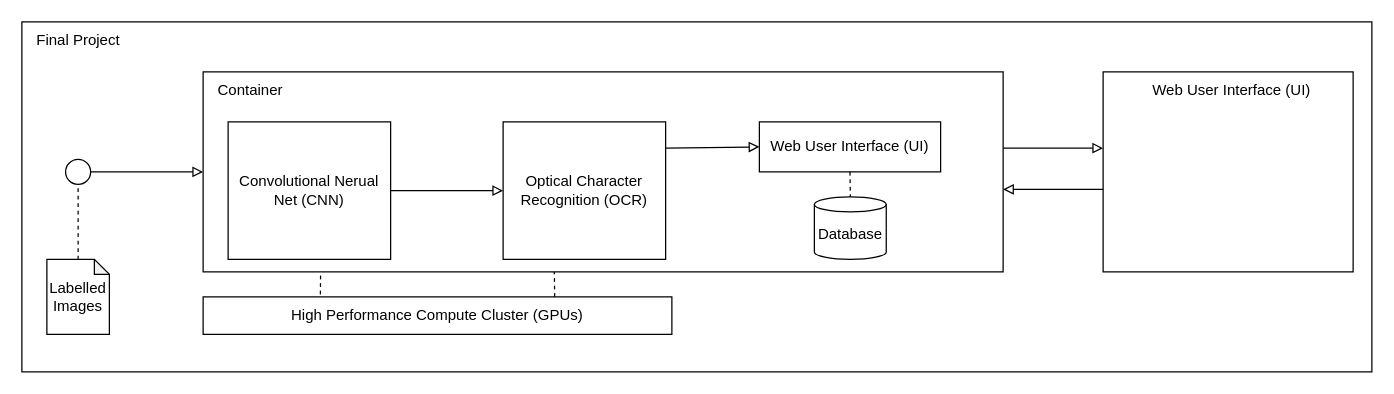
joehiggi/siads-699 keeps this draw.io diagram as page "Logical" (2 of 2) of docs/other/architecture_0.drawio. Above is the earlier version. Source tidied: cells renumbered, new cells numbered last; positions are measured from the earlier drawing's top-left corner, leaving out a move shared by most shapes. Both pictures are drawn from the tidied source at 125%, with x=0, y=0 at pixel (21, 21).
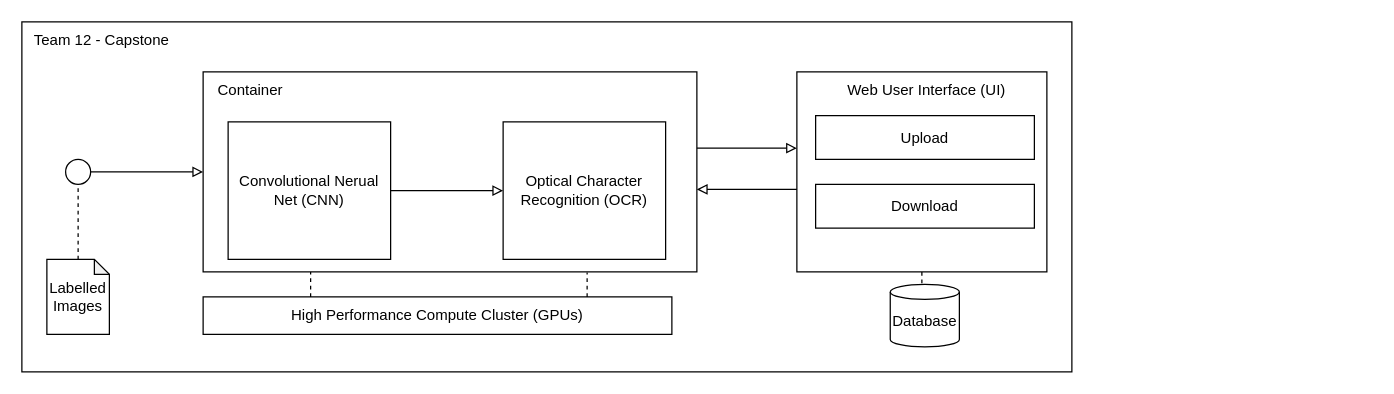
After the change.

Unchanged cells that the change refers to:
```xml
<mxCell id="20" value="&lt;span style=&quot;color: rgb(0, 0, 0);&quot;&gt;High Performance Compute Cluster (GPUs)&lt;/span&gt;" style="rounded=0;whiteSpace=wrap;html=1;" parent="1" vertex="1">
  <mxGeometry x="145" y="220" width="375" height="30" as="geometry" />
</mxCell>
```

Diff of the diagram source:
```diff
@@
     <mxCell id="2" style="group;" parent="1" vertex="1">
-      <mxGeometry width="1080" height="280" as="geometry" />
+      <mxGeometry width="840" height="280" as="geometry" />
     </mxCell>
     <mxCell id="3" style="rounded=0;whiteSpace=wrap;html=1;" parent="2" vertex="1">
-      <mxGeometry width="1080" height="280" as="geometry" />
+      <mxGeometry width="840" height="280" as="geometry" />
     </mxCell>
-    <mxCell id="4" value="Final Project" style="text;html=1;align=left;verticalAlign=middle;whiteSpace=wrap;rounded=0;" parent="2" vertex="1">
-      <mxGeometry x="10" width="230" height="30" as="geometry" />
+    <mxCell id="4" value="Team 12 - Capstone" style="text;html=1;align=left;verticalAlign=middle;whiteSpace=wrap;rounded=0;" parent="2" vertex="1">
+      <mxGeometry x="7.8" width="178.9" height="30" as="geometry" />
     </mxCell>
+    <mxCell id="14" value="Database" style="shape=cylinder3;whiteSpace=wrap;html=1;boundedLbl=1;backgroundOutline=1;size=6;" parent="2" vertex="1">
+      <mxGeometry x="694.7" y="210" width="55.3" height="50" as="geometry" />
+    </mxCell>
@@
     <mxCell id="9" style="rounded=0;whiteSpace=wrap;html=1;" parent="1" vertex="1">
-      <mxGeometry x="145" y="40" width="640" height="160" as="geometry" />
+      <mxGeometry x="145" y="40" width="395" height="160" as="geometry" />
     </mxCell>
@@
-    <mxCell id="13" value="Web User Interface (UI)" style="rounded=0;whiteSpace=wrap;html=1;" parent="1" vertex="1">
-      <mxGeometry x="590" y="80" width="145" height="40" as="geometry" />
-    </mxCell>
-    <mxCell id="14" value="Database" style="shape=cylinder3;whiteSpace=wrap;html=1;boundedLbl=1;backgroundOutline=1;size=6;" parent="1" vertex="1">
-      <mxGeometry x="634" y="140" width="57.5" height="50" as="geometry" />
-    </mxCell>
     <mxCell id="15" style="rounded=0;whiteSpace=wrap;html=1;" parent="1" vertex="1">
-      <mxGeometry x="865" y="40" width="200" height="160" as="geometry" />
+      <mxGeometry x="620" y="40" width="200" height="160" as="geometry" />
     </mxCell>
     <mxCell id="16" style="edgeStyle=none;html=1;endArrow=block;endFill=0;" parent="1" edge="1">
       <mxGeometry relative="1" as="geometry">
-        <mxPoint x="785" y="101" as="sourcePoint" />
-        <mxPoint x="865" y="101" as="targetPoint" />
+        <mxPoint x="540" y="101" as="sourcePoint" />
+        <mxPoint x="620" y="101" as="targetPoint" />
       </mxGeometry>
     </mxCell>
     <mxCell id="17" style="edgeStyle=none;html=1;endArrow=none;endFill=0;exitX=1;exitY=0.75;exitDx=0;exitDy=0;entryX=0;entryY=0.75;entryDx=0;entryDy=0;startArrow=block;startFill=0;" parent="1" edge="1">
       <mxGeometry relative="1" as="geometry">
-        <mxPoint x="785" y="134" as="sourcePoint" />
-        <mxPoint x="865" y="134" as="targetPoint" />
+        <mxPoint x="540" y="134" as="sourcePoint" />
+        <mxPoint x="620" y="134" as="targetPoint" />
       </mxGeometry>
     </mxCell>
-    <mxCell id="18" style="endArrow=none;dashed=1;html=1;entryX=0.5;entryY=0;entryDx=0;entryDy=0;entryPerimeter=0;exitX=0.5;exitY=1;exitDx=0;exitDy=0;" parent="1" edge="1" source="13" target="14">
-      <mxGeometry relative="1" as="geometry" />
-    </mxCell>
     <mxCell id="19" value="Web User Interface (UI)" style="text;html=1;align=center;verticalAlign=middle;whiteSpace=wrap;rounded=0;" parent="1" vertex="1">
-      <mxGeometry x="873" y="40" width="190" height="30" as="geometry" />
+      <mxGeometry x="629" y="40" width="190" height="30" as="geometry" />
     </mxCell>
@@
-    <mxCell id="21" style="endArrow=none;dashed=1;html=1;exitX=0.75;exitY=0;exitDx=0;exitDy=0;entryX=0.439;entryY=1;entryDx=0;entryDy=0;entryPerimeter=0;" parent="1" edge="1" source="20" target="9">
-      <mxGeometry relative="1" as="geometry" />
+    <mxCell id="21" style="endArrow=none;dashed=1;html=1;exitX=0.75;exitY=0;exitDx=0;exitDy=0;entryX=0.712;entryY=1.003;entryDx=0;entryDy=0;entryPerimeter=0;" parent="1" edge="1">
+      <mxGeometry relative="1" as="geometry">
+        <mxPoint x="452.2" y="220" as="sourcePoint" />
+        <mxPoint x="452.2" y="200.5" as="targetPoint" />
+      </mxGeometry>
     </mxCell>
-    <mxCell id="22" style="endArrow=none;dashed=1;html=1;exitX=0.25;exitY=0;exitDx=0;exitDy=0;" parent="1" edge="1">
-      <mxGeometry relative="1" as="geometry">
-        <mxPoint x="238.8" y="218" as="sourcePoint" />
-        <mxPoint x="239" y="200" as="targetPoint" />
-      </mxGeometry>
-    </mxCell>
@@
-    <mxCell id="24" style="edgeStyle=none;html=1;exitX=1.001;exitY=0.188;exitDx=0;exitDy=0;exitPerimeter=0;endArrow=block;endFill=0;" parent="1" edge="1">
-      <mxGeometry relative="1" as="geometry">
-        <mxPoint x="515" y="101" as="sourcePoint" />
-        <mxPoint x="590" y="100" as="targetPoint" />
-      </mxGeometry>
-    </mxCell>
+    <mxCell id="25" style="endArrow=none;dashed=1;html=1;entryX=0.5;entryY=0;entryDx=0;entryDy=0;entryPerimeter=0;exitX=0.5;exitY=1;exitDx=0;exitDy=0;" parent="1" edge="1">
+      <mxGeometry relative="1" as="geometry">
+        <mxPoint x="720" y="200" as="sourcePoint" />
+        <mxPoint x="720" y="210" as="targetPoint" />
+      </mxGeometry>
+    </mxCell>
+    <mxCell id="26" style="endArrow=none;dashed=1;html=1;exitX=0.75;exitY=0;exitDx=0;exitDy=0;entryX=0.712;entryY=1.003;entryDx=0;entryDy=0;entryPerimeter=0;" parent="1" edge="1">
+      <mxGeometry relative="1" as="geometry">
+        <mxPoint x="231" y="220" as="sourcePoint" />
+        <mxPoint x="231" y="200" as="targetPoint" />
+      </mxGeometry>
+    </mxCell>
+    <mxCell id="27" value="Upload" style="rounded=0;whiteSpace=wrap;html=1;" parent="1" vertex="1">
+      <mxGeometry x="635" y="75" width="175" height="35" as="geometry" />
+    </mxCell>
+    <mxCell id="28" value="Download" style="rounded=0;whiteSpace=wrap;html=1;" parent="1" vertex="1">
+      <mxGeometry x="635" y="130" width="175" height="35" as="geometry" />
+    </mxCell>
```
